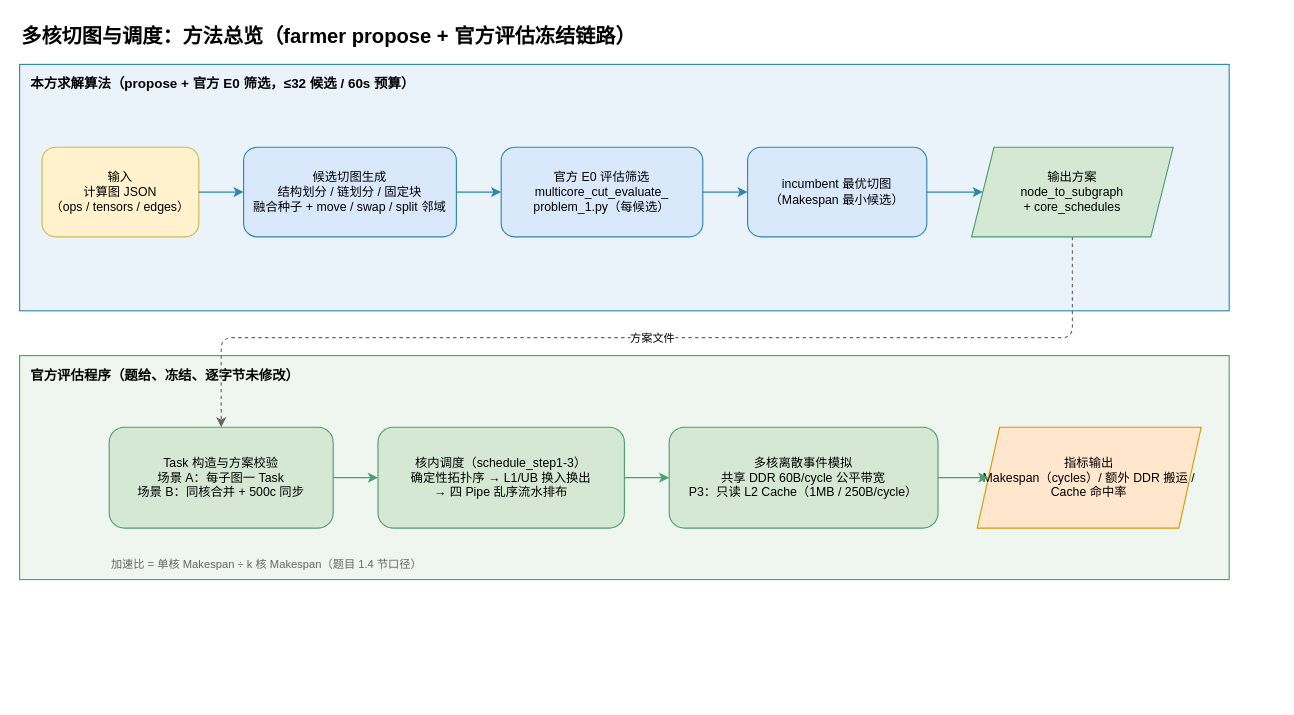
Earlier version of the draw.io diagram figures/a/p123-report-farmer-20260925/method-overview.drawio (Vioano/huaweicup2026). Source tidied: cells renumbered, new cells numbered last; positions are measured from the earlier drawing's top-left corner, leaving out a move shared by most shapes. Both pictures are drawn from the tidied source at 112%, with x=0, y=0 at pixel (19, 19).
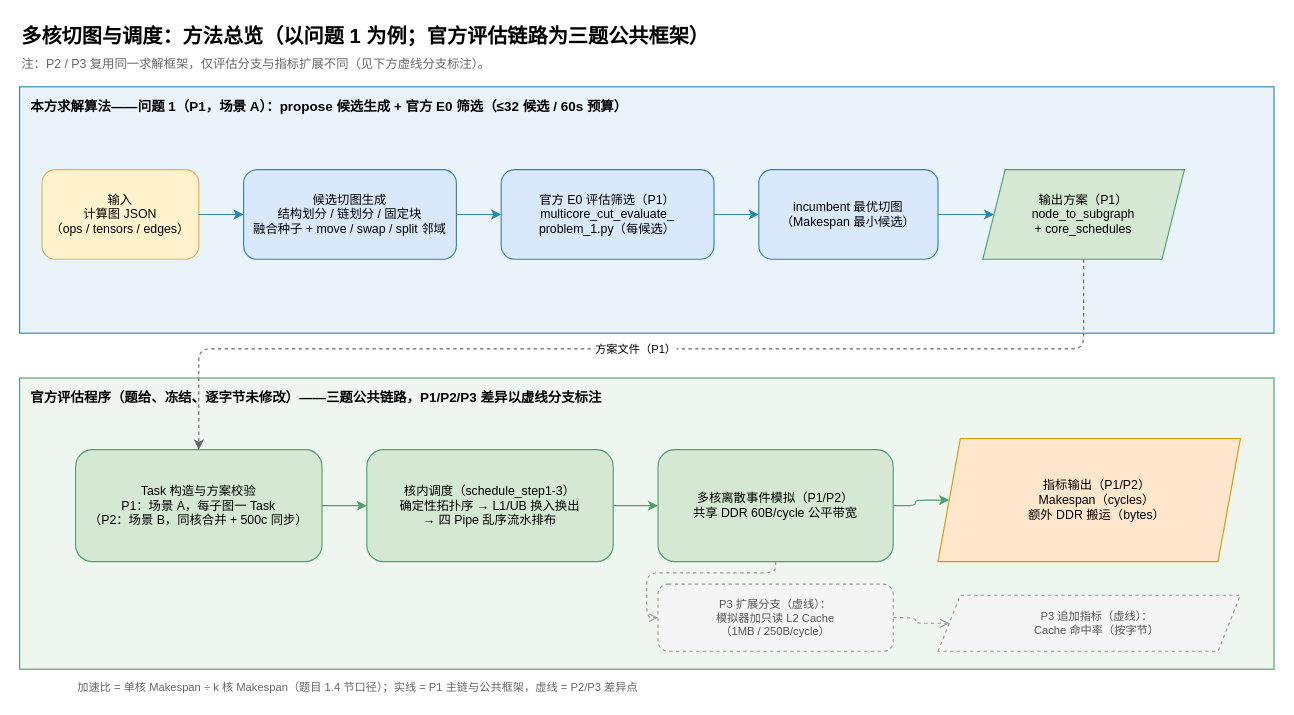
Above is the later version.

Commit message (it also covers changes not shown here):
docs(a): #5 full 1500-row appendix + source/missing checks; #6 method-overview scoped to P1+common framework with dashed P2/P3 branches (text overflow fixed)

Change to the diagram source:
```diff
@@
-    <mxCell id="2" value="多核切图与调度：方法总览（farmer propose + 官方评估冻结链路）" style="text;html=1;fontSize=18;fontStyle=1;align=left;verticalAlign=middle;" parent="1" vertex="1">
-      <mxGeometry width="820" height="30" as="geometry" />
+    <mxCell id="2" value="多核切图与调度：方法总览（以问题 1 为例；官方评估链路为三题公共框架）" style="text;html=1;fontSize=18;fontStyle=1;align=left;verticalAlign=middle;" parent="1" vertex="1">
+      <mxGeometry width="900" height="30" as="geometry" />
     </mxCell>
+    <mxCell id="23" value="注：P2 / P3 复用同一求解框架，仅评估分支与指标扩展不同（见下方虚线分支标注）。" style="text;html=1;fontSize=11;fontColor=#666666;align=left;verticalAlign=middle;" parent="1" vertex="1">
+      <mxGeometry y="30" width="900" height="20" as="geometry" />
+    </mxCell>
-    <mxCell id="3" value="本方求解算法（propose + 官方 E0 筛选，≤32 候选 / 60s 预算）" style="rounded=0;whiteSpace=wrap;html=1;verticalAlign=top;align=left;fillColor=#EAF2FA;strokeColor=#2E86AB;fontSize=12;fontStyle=1;spacingLeft=8;spacingTop=4;" parent="1" vertex="1">
-      <mxGeometry y="40" width="1080" height="220" as="geometry" />
+    <mxCell id="3" value="本方求解算法——问题 1（P1，场景 A）：propose 候选生成 + 官方 E0 筛选（≤32 候选 / 60s 预算）" style="rounded=0;whiteSpace=wrap;html=1;verticalAlign=top;align=left;fillColor=#EAF2FA;strokeColor=#2E86AB;fontSize=12;fontStyle=1;spacingLeft=8;spacingTop=4;" parent="1" vertex="1">
+      <mxGeometry y="60" width="1120" height="220" as="geometry" />
     </mxCell>
-    <mxCell id="4" value="官方评估程序（题给、冻结、逐字节未修改）" style="rounded=0;whiteSpace=wrap;html=1;verticalAlign=top;align=left;fillColor=#EFF5EF;strokeColor=#4C9F70;fontSize=12;fontStyle=1;spacingLeft=8;spacingTop=4;" parent="1" vertex="1">
-      <mxGeometry y="300" width="1080" height="200" as="geometry" />
+    <mxCell id="4" value="官方评估程序（题给、冻结、逐字节未修改）——三题公共链路，P1/P2/P3 差异以虚线分支标注" style="rounded=0;whiteSpace=wrap;html=1;verticalAlign=top;align=left;fillColor=#EFF5EF;strokeColor=#4C9F70;fontSize=12;fontStyle=1;spacingLeft=8;spacingTop=4;" parent="1" vertex="1">
+      <mxGeometry y="320" width="1120" height="260" as="geometry" />
     </mxCell>
     <mxCell id="5" value="输入&#10;计算图 JSON&#10;（ops / tensors / edges）" style="rounded=1;whiteSpace=wrap;html=1;fillColor=#FFF2CC;strokeColor=#D6B656;fontSize=11;" parent="1" vertex="1">
-      <mxGeometry x="20" y="114" width="140" height="80" as="geometry" />
+      <mxGeometry x="20" y="134" width="140" height="80" as="geometry" />
     </mxCell>
     <mxCell id="6" value="候选切图生成&#10;结构划分 / 链划分 / 固定块&#10;融合种子 + move / swap / split 邻域" style="rounded=1;whiteSpace=wrap;html=1;fillColor=#DAE8FC;strokeColor=#2E86AB;fontSize=11;" parent="1" vertex="1">
-      <mxGeometry x="200" y="114" width="190" height="80" as="geometry" />
+      <mxGeometry x="200" y="134" width="190" height="80" as="geometry" />
     </mxCell>
-    <mxCell id="7" value="官方 E0 评估筛选&#10;multicore_cut_evaluate_&#10;problem_1.py（每候选）" style="rounded=1;whiteSpace=wrap;html=1;fillColor=#DAE8FC;strokeColor=#2E86AB;fontSize=11;" parent="1" vertex="1">
-      <mxGeometry x="430" y="114" width="180" height="80" as="geometry" />
+    <mxCell id="7" value="官方 E0 评估筛选（P1）&#10;multicore_cut_evaluate_&#10;problem_1.py（每候选）" style="rounded=1;whiteSpace=wrap;html=1;fillColor=#DAE8FC;strokeColor=#2E86AB;fontSize=11;" parent="1" vertex="1">
+      <mxGeometry x="430" y="134" width="190" height="80" as="geometry" />
     </mxCell>
     <mxCell id="8" value="incumbent 最优切图&#10;（Makespan 最小候选）" style="rounded=1;whiteSpace=wrap;html=1;fillColor=#DAE8FC;strokeColor=#2E86AB;fontSize=11;" parent="1" vertex="1">
-      <mxGeometry x="650" y="114" width="160" height="80" as="geometry" />
+      <mxGeometry x="660" y="134" width="160" height="80" as="geometry" />
     </mxCell>
-    <mxCell id="9" value="输出方案&#10;node_to_subgraph&#10;+ core_schedules" style="shape=parallelogram;perimeter=parallelogramPerimeter;whiteSpace=wrap;html=1;fixedSize=1;fillColor=#D5E8D4;strokeColor=#4C9F70;fontSize=11;" parent="1" vertex="1">
-      <mxGeometry x="850" y="114" width="180" height="80" as="geometry" />
+    <mxCell id="9" value="输出方案（P1）&#10;node_to_subgraph&#10;+ core_schedules" style="shape=parallelogram;perimeter=parallelogramPerimeter;whiteSpace=wrap;html=1;fixedSize=1;fillColor=#D5E8D4;strokeColor=#4C9F70;fontSize=11;" parent="1" vertex="1">
+      <mxGeometry x="860" y="134" width="180" height="80" as="geometry" />
     </mxCell>
-    <mxCell id="10" value="Task 构造与方案校验&#10;场景 A：每子图一 Task&#10;场景 B：同核合并 + 500c 同步" style="rounded=1;whiteSpace=wrap;html=1;fillColor=#D5E8D4;strokeColor=#4C9F70;fontSize=11;" parent="1" vertex="1">
-      <mxGeometry x="80" y="364" width="200" height="90" as="geometry" />
+    <mxCell id="10" value="Task 构造与方案校验&#10;P1：场景 A，每子图一 Task&#10;（P2：场景 B，同核合并 + 500c 同步）" style="rounded=1;whiteSpace=wrap;html=1;fillColor=#D5E8D4;strokeColor=#4C9F70;fontSize=11;" parent="1" vertex="1">
+      <mxGeometry x="50" y="384" width="220" height="100" as="geometry" />
     </mxCell>
     <mxCell id="11" value="核内调度（schedule_step1-3）&#10;确定性拓扑序 → L1/UB 换入换出&#10;→ 四 Pipe 乱序流水排布" style="rounded=1;whiteSpace=wrap;html=1;fillColor=#D5E8D4;strokeColor=#4C9F70;fontSize=11;" parent="1" vertex="1">
-      <mxGeometry x="320" y="364" width="220" height="90" as="geometry" />
+      <mxGeometry x="310" y="384" width="220" height="100" as="geometry" />
     </mxCell>
-    <mxCell id="12" value="多核离散事件模拟&#10;共享 DDR 60B/cycle 公平带宽&#10;P3：只读 L2 Cache（1MB / 250B/cycle）" style="rounded=1;whiteSpace=wrap;html=1;fillColor=#D5E8D4;strokeColor=#4C9F70;fontSize=11;" parent="1" vertex="1">
-      <mxGeometry x="580" y="364" width="240" height="90" as="geometry" />
+    <mxCell id="12" value="多核离散事件模拟（P1/P2）&#10;共享 DDR 60B/cycle 公平带宽" style="rounded=1;whiteSpace=wrap;html=1;fillColor=#D5E8D4;strokeColor=#4C9F70;fontSize=11;" parent="1" vertex="1">
+      <mxGeometry x="570" y="384" width="210" height="100" as="geometry" />
     </mxCell>
+    <mxCell id="24" value="P3 扩展分支（虚线）：&#10;模拟器加只读 L2 Cache&#10;（1MB / 250B/cycle）" style="rounded=1;whiteSpace=wrap;html=1;dashed=1;fillColor=#F5F5F5;strokeColor=#999999;fontSize=10;fontColor=#555555;" parent="1" vertex="1">
+      <mxGeometry x="570" y="504" width="210" height="60" as="geometry" />
+    </mxCell>
-    <mxCell id="13" value="指标输出&#10;Makespan（cycles）/ 额外 DDR 搬运 / Cache 命中率" style="shape=parallelogram;perimeter=parallelogramPerimeter;whiteSpace=wrap;html=1;fixedSize=1;fillColor=#FFE6CC;strokeColor=#D79B00;fontSize=11;" parent="1" vertex="1">
-      <mxGeometry x="855" y="364" width="200" height="90" as="geometry" />
+    <mxCell id="13" value="指标输出（P1/P2）&#10;Makespan（cycles）&#10;额外 DDR 搬运（bytes）" style="shape=parallelogram;perimeter=parallelogramPerimeter;whiteSpace=wrap;html=1;fixedSize=1;fillColor=#FFE6CC;strokeColor=#D79B00;fontSize=11;spacingLeft=14;" parent="1" vertex="1">
+      <mxGeometry x="820" y="374" width="270" height="110" as="geometry" />
     </mxCell>
+    <mxCell id="25" value="P3 追加指标（虚线）：&#10;Cache 命中率（按字节）" style="shape=parallelogram;perimeter=parallelogramPerimeter;whiteSpace=wrap;html=1;fixedSize=1;dashed=1;fillColor=#F5F5F5;strokeColor=#999999;fontSize=10;fontColor=#555555;spacingLeft=14;" parent="1" vertex="1">
+      <mxGeometry x="820" y="514" width="270" height="50" as="geometry" />
+    </mxCell>
-    <mxCell id="14" value="加速比 = 单核 Makespan ÷ k 核 Makespan（题目 1.4 节口径）" style="text;html=1;fontSize=10;fontColor=#666666;align=left;" parent="1" vertex="1">
-      <mxGeometry x="80" y="474" width="420" height="20" as="geometry" />
+    <mxCell id="14" value="加速比 = 单核 Makespan ÷ k 核 Makespan（题目 1.4 节口径）；实线 = P1 主链与公共框架，虚线 = P2/P3 差异点" style="text;html=1;fontSize=10;fontColor=#666666;align=left;" parent="1" vertex="1">
+      <mxGeometry x="50" y="584" width="700" height="20" as="geometry" />
     </mxCell>
@@
-    <mxCell id="19" value="方案文件" style="edgeStyle=orthogonalEdgeStyle;rounded=1;html=1;strokeColor=#666666;dashed=1;fontSize=10;" parent="1" edge="1" source="9" target="10">
+    <mxCell id="19" value="方案文件（P1）" style="edgeStyle=orthogonalEdgeStyle;rounded=1;html=1;strokeColor=#666666;dashed=1;fontSize=10;" parent="1" edge="1" source="9" target="10">
       <mxGeometry relative="1" as="geometry">
         <Array as="points">
-          <mxPoint x="940" y="284" />
-          <mxPoint x="180" y="284" />
+          <mxPoint x="950" y="294" />
+          <mxPoint x="160" y="294" />
         </Array>
       </mxGeometry>
     </mxCell>
@@
-    <mxCell id="22" style="edgeStyle=orthogonalEdgeStyle;rounded=1;html=1;strokeColor=#4C9F70;" parent="1" edge="1" source="12" target="13">
+    <mxCell id="22" style="edgeStyle=orthogonalEdgeStyle;rounded=1;html=1;strokeColor=#4C9F70;exitX=1;exitY=0.5;exitDx=0;exitDy=0;entryX=0;entryY=0.5;entryDx=0;entryDy=0;" parent="1" edge="1" source="12" target="13">
       <mxGeometry relative="1" as="geometry" />
     </mxCell>
+    <mxCell id="26" style="edgeStyle=orthogonalEdgeStyle;rounded=1;html=1;strokeColor=#999999;dashed=1;endArrow=open;exitX=0.5;exitY=1;exitDx=0;exitDy=0;entryX=0;entryY=0.5;entryDx=0;entryDy=0;" parent="1" edge="1" source="12" target="24">
+      <mxGeometry relative="1" as="geometry" />
+    </mxCell>
+    <mxCell id="27" style="edgeStyle=orthogonalEdgeStyle;rounded=1;html=1;strokeColor=#999999;dashed=1;endArrow=open;exitX=1;exitY=0.5;exitDx=0;exitDy=0;entryX=0;entryY=0.5;entryDx=0;entryDy=0;" parent="1" edge="1" source="24" target="25">
+      <mxGeometry relative="1" as="geometry" />
+    </mxCell>
```
